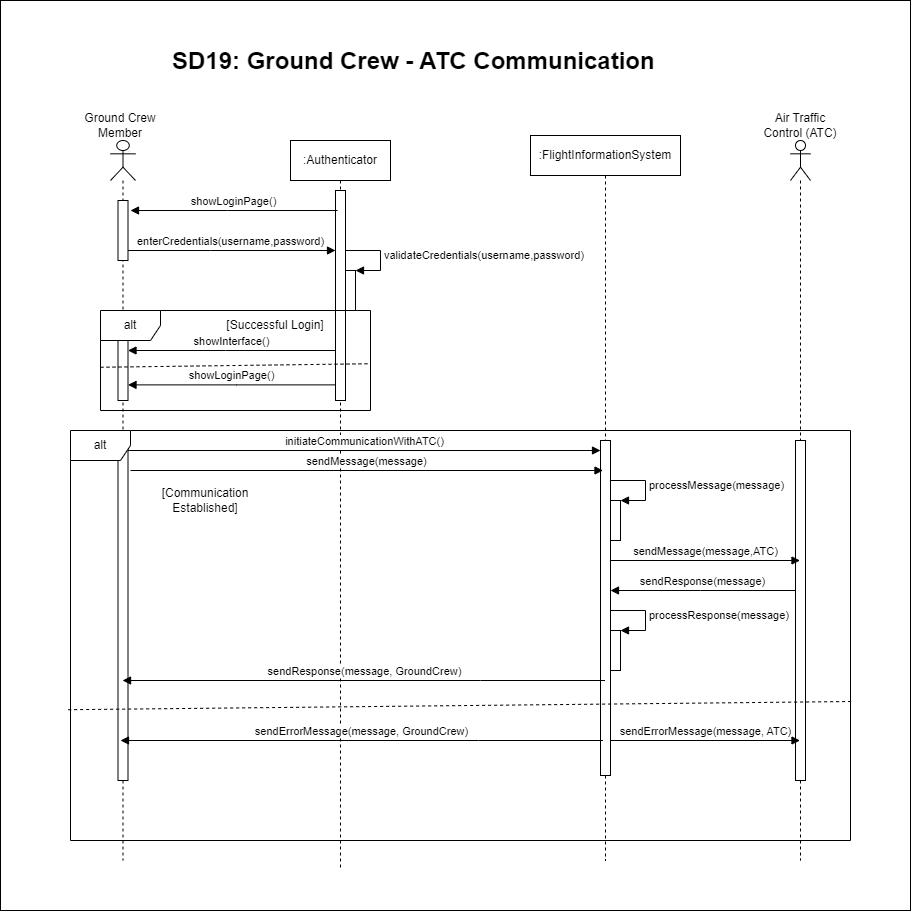
This is Diagramms/Sequence Diagrams/SequenceDiagram19.png from Smr002/Group01_Airport_Management_System, a draw.io export, as it was before one commit. Source tidied: cells renumbered, new cells last; positions are measured from the earlier drawing's top-left corner, leaving out a move shared by most shapes. The source it was exported from:
```xml
<mxGraphModel>
  <root>
    <mxCell id="0" />
    <mxCell id="1" parent="0" />
    <mxCell id="2" style="rounded=0;whiteSpace=wrap;html=1;" parent="1" vertex="1">
      <mxGeometry width="910" height="910" as="geometry" />
    </mxCell>
    <mxCell id="3" value=":Authenticator" style="shape=umlLifeline;perimeter=lifelinePerimeter;whiteSpace=wrap;html=1;newEdgeStyle={&quot;edgeStyle&quot;:&quot;elbowEdgeStyle&quot;,&quot;elbow&quot;:&quot;vertical&quot;,&quot;curved&quot;:0,&quot;rounded&quot;:0};" parent="1" vertex="1">
      <mxGeometry x="290" y="140" width="100" height="730" as="geometry" />
    </mxCell>
    <mxCell id="4" style="html=1;perimeter=orthogonalPerimeter;targetShapes=umlLifeline;newEdgeStyle={&quot;edgeStyle&quot;:&quot;elbowEdgeStyle&quot;,&quot;elbow&quot;:&quot;vertical&quot;,&quot;curved&quot;:0,&quot;rounded&quot;:0};" parent="3" vertex="1">
      <mxGeometry x="45" y="50" width="10" height="210" as="geometry" />
    </mxCell>
    <mxCell id="5" value="&lt;span style=&quot;color: rgba(0, 0, 0, 0); font-family: monospace; font-size: 0px; text-align: start;&quot;&gt;%3CmxGraphModel%3E%3Croot%3E%3CmxCell%20id%3D%220%22%2F%3E%3CmxCell%20id%3D%221%22%20parent%3D%220%22%2F%3E%3CmxCell%20id%3D%222%22%20value%3D%22%22%20style%3D%22html%3D1%3Bpoints%3D%5B%5B0%2C0%2C0%2C0%2C5%5D%2C%5B0%2C1%2C0%2C0%2C-5%5D%2C%5B1%2C0%2C0%2C0%2C5%5D%2C%5B1%2C1%2C0%2C0%2C-5%5D%5D%3Bperimeter%3DorthogonalPerimeter%3BoutlineConnect%3D0%3BtargetShapes%3DumlLifeline%3BportConstraint%3Deastwest%3BnewEdgeStyle%3D%7B%26quot%3Bcurved%26quot%3B%3A0%2C%26quot%3Brounded%26quot%3B%3A0%7D%3B%22%20vertex%3D%221%22%20parent%3D%221%22%3E%3CmxGeometry%20x%3D%22315%22%20y%3D%22150%22%20width%3D%2210%22%20height%3D%2240%22%20as%3D%22geometry%22%2F%3E%3C%2FmxCell%3E%3CmxCell%20id%3D%223%22%20value%3D%22validateCredentials(username%2Cpassword)%22%20style%3D%22html%3D1%3Balign%3Dleft%3BspacingLeft%3D2%3BendArrow%3Dblock%3Brounded%3D0%3BedgeStyle%3DorthogonalEdgeStyle%3Bcurved%3D0%3Brounded%3D0%3B%22%20edge%3D%221%22%20target%3D%222%22%20parent%3D%221%22%3E%3CmxGeometry%20relative%3D%221%22%20as%3D%22geometry%22%3E%3CmxPoint%20x%3D%22315%22%20y%3D%22130%22%20as%3D%22sourcePoint%22%2F%3E%3CArray%20as%3D%22points%22%3E%3CmxPoint%20x%3D%22350%22%20y%3D%22130%22%2F%3E%3CmxPoint%20x%3D%22350%22%20y%3D%22150%22%2F%3E%3C%2FArray%3E%3CmxPoint%20x%3D%22325%22%20y%3D%22140%22%20as%3D%22targetPoint%22%2F%3E%3C%2FmxGeometry%3E%3C%2FmxCell%3E%3C%2Froot%3E%3C%2FmxGraphModel%3E&lt;/span&gt;" style="html=1;points=[[0,0,0,0,5],[0,1,0,0,-5],[1,0,0,0,5],[1,1,0,0,-5]];perimeter=orthogonalPerimeter;outlineConnect=0;targetShapes=umlLifeline;portConstraint=eastwest;newEdgeStyle={&quot;curved&quot;:0,&quot;rounded&quot;:0};" parent="3" vertex="1">
      <mxGeometry x="55" y="130" width="10" height="40" as="geometry" />
    </mxCell>
    <mxCell id="6" value="validateCredentials(username,password)" style="html=1;align=left;spacingLeft=2;endArrow=block;rounded=0;edgeStyle=orthogonalEdgeStyle;curved=0;rounded=0;" parent="3" edge="1" target="5">
      <mxGeometry relative="1" as="geometry">
        <mxPoint x="55" y="110" as="sourcePoint" />
        <Array as="points">
          <mxPoint x="90" y="110" />
          <mxPoint x="90" y="130" />
        </Array>
      </mxGeometry>
    </mxCell>
    <mxCell id="7" value="enterCredentials(username,password)" style="html=1;verticalAlign=bottom;endArrow=block;edgeStyle=elbowEdgeStyle;elbow=horizontal;curved=0;rounded=0;" parent="1" edge="1">
      <mxGeometry relative="1" as="geometry">
        <mxPoint x="125" y="250" as="sourcePoint" />
        <mxPoint x="335" y="250" as="targetPoint" />
        <Array as="points">
          <mxPoint x="210" y="250" />
        </Array>
      </mxGeometry>
    </mxCell>
    <mxCell id="8" value="showInterface()" style="html=1;verticalAlign=bottom;endArrow=block;edgeStyle=elbowEdgeStyle;elbow=vertical;curved=0;rounded=0;" parent="1" edge="1" target="11">
      <mxGeometry relative="1" as="geometry">
        <mxPoint x="335" y="350" as="sourcePoint" />
        <Array as="points">
          <mxPoint x="225" y="350" />
        </Array>
      </mxGeometry>
    </mxCell>
    <mxCell id="9" style="shape=umlLifeline;perimeter=lifelinePerimeter;whiteSpace=wrap;html=1;newEdgeStyle={&quot;curved&quot;:0,&quot;rounded&quot;:0};participant=umlActor;" parent="1" vertex="1">
      <mxGeometry x="110" y="140" width="25" height="720" as="geometry" />
    </mxCell>
    <mxCell id="10" style="html=1;perimeter=orthogonalPerimeter;targetShapes=umlLifeline;newEdgeStyle={&quot;curved&quot;:0,&quot;rounded&quot;:0};" parent="9" vertex="1">
      <mxGeometry x="7.5" y="60" width="10" height="60" as="geometry" />
    </mxCell>
    <mxCell id="11" style="html=1;points=[[0,0,0,0,5],[0,1,0,0,-5],[1,0,0,0,5],[1,1,0,0,-5]];perimeter=orthogonalPerimeter;outlineConnect=0;targetShapes=umlLifeline;portConstraint=eastwest;newEdgeStyle={&quot;curved&quot;:0,&quot;rounded&quot;:0};" parent="9" vertex="1">
      <mxGeometry x="7.5" y="200" width="10" height="60" as="geometry" />
    </mxCell>
    <mxCell id="12" style="html=1;perimeter=orthogonalPerimeter;targetShapes=umlLifeline;newEdgeStyle={&quot;curved&quot;:0,&quot;rounded&quot;:0};" parent="9" vertex="1">
      <mxGeometry x="7.5" y="300" width="10" height="340" as="geometry" />
    </mxCell>
    <mxCell id="13" value="Ground Crew Member" style="text;strokeColor=none;align=center;fillColor=none;html=1;verticalAlign=middle;whiteSpace=wrap;rounded=0;" parent="1" vertex="1">
      <mxGeometry x="80" y="110" width="80" height="30" as="geometry" />
    </mxCell>
    <mxCell id="14" value="&lt;h1 style=&quot;margin-top: 0px;&quot;&gt;SD19: Ground Crew - ATC Communication&lt;/h1&gt;" style="text;html=1;whiteSpace=wrap;overflow=hidden;rounded=0;" parent="1" vertex="1">
      <mxGeometry x="170" y="40" width="510" height="40" as="geometry" />
    </mxCell>
    <mxCell id="15" value=":FlightInformationSystem" style="shape=umlLifeline;perimeter=lifelinePerimeter;whiteSpace=wrap;html=1;newEdgeStyle={&quot;edgeStyle&quot;:&quot;elbowEdgeStyle&quot;,&quot;elbow&quot;:&quot;vertical&quot;,&quot;curved&quot;:0,&quot;rounded&quot;:0};size=40;" parent="1" vertex="1">
      <mxGeometry x="530" y="135" width="150" height="725" as="geometry" />
    </mxCell>
    <mxCell id="16" style="html=1;points=[[0,0,0,0,5],[0,1,0,0,-5],[1,0,0,0,5],[1,1,0,0,-5]];perimeter=orthogonalPerimeter;outlineConnect=0;targetShapes=umlLifeline;portConstraint=eastwest;newEdgeStyle={&quot;curved&quot;:0,&quot;rounded&quot;:0};" parent="15" vertex="1">
      <mxGeometry x="70" y="305" width="10" height="335" as="geometry" />
    </mxCell>
    <mxCell id="17" value="&lt;span style=&quot;color: rgba(0, 0, 0, 0); font-family: monospace; font-size: 0px; text-align: start;&quot;&gt;%3CmxGraphModel%3E%3Croot%3E%3CmxCell%20id%3D%220%22%2F%3E%3CmxCell%20id%3D%221%22%20parent%3D%220%22%2F%3E%3CmxCell%20id%3D%222%22%20value%3D%22%22%20style%3D%22html%3D1%3Bpoints%3D%5B%5B0%2C0%2C0%2C0%2C5%5D%2C%5B0%2C1%2C0%2C0%2C-5%5D%2C%5B1%2C0%2C0%2C0%2C5%5D%2C%5B1%2C1%2C0%2C0%2C-5%5D%5D%3Bperimeter%3DorthogonalPerimeter%3BoutlineConnect%3D0%3BtargetShapes%3DumlLifeline%3BportConstraint%3Deastwest%3BnewEdgeStyle%3D%7B%26quot%3Bcurved%26quot%3B%3A0%2C%26quot%3Brounded%26quot%3B%3A0%7D%3B%22%20vertex%3D%221%22%20parent%3D%221%22%3E%3CmxGeometry%20x%3D%22315%22%20y%3D%22150%22%20width%3D%2210%22%20height%3D%2240%22%20as%3D%22geometry%22%2F%3E%3C%2FmxCell%3E%3CmxCell%20id%3D%223%22%20value%3D%22validateCredentials(username%2Cpassword)%22%20style%3D%22html%3D1%3Balign%3Dleft%3BspacingLeft%3D2%3BendArrow%3Dblock%3Brounded%3D0%3BedgeStyle%3DorthogonalEdgeStyle%3Bcurved%3D0%3Brounded%3D0%3B%22%20edge%3D%221%22%20target%3D%222%22%20parent%3D%221%22%3E%3CmxGeometry%20relative%3D%221%22%20as%3D%22geometry%22%3E%3CmxPoint%20x%3D%22315%22%20y%3D%22130%22%20as%3D%22sourcePoint%22%2F%3E%3CArray%20as%3D%22points%22%3E%3CmxPoint%20x%3D%22350%22%20y%3D%22130%22%2F%3E%3CmxPoint%20x%3D%22350%22%20y%3D%22150%22%2F%3E%3C%2FArray%3E%3CmxPoint%20x%3D%22325%22%20y%3D%22140%22%20as%3D%22targetPoint%22%2F%3E%3C%2FmxGeometry%3E%3C%2FmxCell%3E%3C%2Froot%3E%3C%2FmxGraphModel%3E&lt;/span&gt;" style="html=1;points=[[0,0,0,0,5],[0,1,0,0,-5],[1,0,0,0,5],[1,1,0,0,-5]];perimeter=orthogonalPerimeter;outlineConnect=0;targetShapes=umlLifeline;portConstraint=eastwest;newEdgeStyle={&quot;curved&quot;:0,&quot;rounded&quot;:0};" parent="15" vertex="1">
      <mxGeometry x="80" y="495" width="10" height="40" as="geometry" />
    </mxCell>
    <mxCell id="18" value="processResponse(message)" style="html=1;align=left;spacingLeft=2;endArrow=block;rounded=0;edgeStyle=orthogonalEdgeStyle;curved=0;rounded=0;" parent="15" edge="1" target="17">
      <mxGeometry relative="1" as="geometry">
        <mxPoint x="80" y="475" as="sourcePoint" />
        <Array as="points">
          <mxPoint x="115" y="475" />
          <mxPoint x="115" y="495" />
        </Array>
      </mxGeometry>
    </mxCell>
    <mxCell id="19" value="alt" style="shape=umlFrame;whiteSpace=wrap;html=1;" parent="1" vertex="1">
      <mxGeometry x="100" y="310" width="270" height="100" as="geometry" />
    </mxCell>
    <mxCell id="20" value="showLoginPage()" style="html=1;verticalAlign=bottom;endArrow=block;edgeStyle=elbowEdgeStyle;elbow=horizontal;curved=0;rounded=0;" parent="1" edge="1">
      <mxGeometry relative="1" as="geometry">
        <mxPoint x="335" y="384.4" as="sourcePoint" />
        <mxPoint x="127.5" y="384.4" as="targetPoint" />
        <Array as="points">
          <mxPoint x="236" y="384.4" />
        </Array>
      </mxGeometry>
    </mxCell>
    <mxCell id="21" style="endArrow=none;dashed=1;html=1;rounded=0;exitX=0;exitY=0.577;exitDx=0;exitDy=0;exitPerimeter=0;entryX=1;entryY=0.545;entryDx=0;entryDy=0;entryPerimeter=0;" parent="1" edge="1">
      <mxGeometry relative="1" as="geometry">
        <mxPoint x="100" y="366.8" as="sourcePoint" />
        <mxPoint x="370" y="363.2" as="targetPoint" />
      </mxGeometry>
    </mxCell>
    <mxCell id="22" value="showLoginPage()" style="html=1;verticalAlign=bottom;endArrow=block;edgeStyle=elbowEdgeStyle;elbow=horizontal;curved=0;rounded=0;" parent="1" edge="1">
      <mxGeometry relative="1" as="geometry">
        <mxPoint x="337" y="210" as="sourcePoint" />
        <mxPoint x="130" y="210" as="targetPoint" />
        <Array as="points">
          <mxPoint x="227" y="210" />
        </Array>
      </mxGeometry>
    </mxCell>
    <mxCell id="23" value="[Successful Login]" style="text;html=1;align=center;verticalAlign=middle;whiteSpace=wrap;rounded=0;" parent="1" vertex="1">
      <mxGeometry x="220" y="310" width="110" height="30" as="geometry" />
    </mxCell>
    <mxCell id="24" style="shape=umlLifeline;perimeter=lifelinePerimeter;whiteSpace=wrap;html=1;newEdgeStyle={&quot;curved&quot;:0,&quot;rounded&quot;:0};participant=umlActor;" parent="1" vertex="1">
      <mxGeometry x="790" y="140" width="20" height="720" as="geometry" />
    </mxCell>
    <mxCell id="25" style="html=1;perimeter=orthogonalPerimeter;targetShapes=umlLifeline;newEdgeStyle={&quot;curved&quot;:0,&quot;rounded&quot;:0};" parent="24" vertex="1">
      <mxGeometry x="5" y="300" width="10" height="340" as="geometry" />
    </mxCell>
    <mxCell id="26" value="Air Traffic Control (ATC)" style="text;strokeColor=none;align=center;fillColor=none;html=1;verticalAlign=middle;whiteSpace=wrap;rounded=0;" parent="1" vertex="1">
      <mxGeometry x="760" y="110" width="80" height="30" as="geometry" />
    </mxCell>
    <mxCell id="27" value="initiateCommunicationWithATC()" style="html=1;verticalAlign=bottom;endArrow=block;curved=0;rounded=0;" parent="1" edge="1" target="16">
      <mxGeometry relative="1" as="geometry">
        <mxPoint x="127.5" y="450" as="sourcePoint" />
      </mxGeometry>
    </mxCell>
    <mxCell id="28" value="sendMessage(message)" style="html=1;verticalAlign=bottom;endArrow=block;curved=0;rounded=0;" parent="1" edge="1">
      <mxGeometry relative="1" as="geometry">
        <mxPoint x="130" y="470" as="sourcePoint" />
        <mxPoint x="602.5" y="470" as="targetPoint" />
      </mxGeometry>
    </mxCell>
    <mxCell id="29" value="sendMessage(message,ATC)" style="html=1;verticalAlign=bottom;endArrow=block;curved=0;rounded=0;" parent="1" edge="1">
      <mxGeometry relative="1" as="geometry">
        <mxPoint x="610" y="560" as="sourcePoint" />
        <mxPoint x="799.5" y="560" as="targetPoint" />
      </mxGeometry>
    </mxCell>
    <mxCell id="30" value="sendResponse(message)" style="html=1;verticalAlign=bottom;endArrow=block;edgeStyle=elbowEdgeStyle;elbow=vertical;curved=0;rounded=0;" parent="1" edge="1">
      <mxGeometry relative="1" as="geometry">
        <mxPoint x="795" y="590" as="sourcePoint" />
        <mxPoint x="610" y="590" as="targetPoint" />
        <Array as="points">
          <mxPoint x="700" y="590" />
        </Array>
      </mxGeometry>
    </mxCell>
    <mxCell id="31" value="sendResponse(message, GroundCrew)" style="html=1;verticalAlign=bottom;endArrow=block;edgeStyle=elbowEdgeStyle;elbow=vertical;curved=0;rounded=0;" parent="1" edge="1">
      <mxGeometry relative="1" as="geometry">
        <mxPoint x="604.5" y="680" as="sourcePoint" />
        <mxPoint x="122" y="680" as="targetPoint" />
        <Array as="points">
          <mxPoint x="480" y="680" />
        </Array>
      </mxGeometry>
    </mxCell>
    <mxCell id="32" value="&lt;span style=&quot;color: rgba(0, 0, 0, 0); font-family: monospace; font-size: 0px; text-align: start;&quot;&gt;%3CmxGraphModel%3E%3Croot%3E%3CmxCell%20id%3D%220%22%2F%3E%3CmxCell%20id%3D%221%22%20parent%3D%220%22%2F%3E%3CmxCell%20id%3D%222%22%20value%3D%22%22%20style%3D%22html%3D1%3Bpoints%3D%5B%5B0%2C0%2C0%2C0%2C5%5D%2C%5B0%2C1%2C0%2C0%2C-5%5D%2C%5B1%2C0%2C0%2C0%2C5%5D%2C%5B1%2C1%2C0%2C0%2C-5%5D%5D%3Bperimeter%3DorthogonalPerimeter%3BoutlineConnect%3D0%3BtargetShapes%3DumlLifeline%3BportConstraint%3Deastwest%3BnewEdgeStyle%3D%7B%26quot%3Bcurved%26quot%3B%3A0%2C%26quot%3Brounded%26quot%3B%3A0%7D%3B%22%20vertex%3D%221%22%20parent%3D%221%22%3E%3CmxGeometry%20x%3D%22315%22%20y%3D%22150%22%20width%3D%2210%22%20height%3D%2240%22%20as%3D%22geometry%22%2F%3E%3C%2FmxCell%3E%3CmxCell%20id%3D%223%22%20value%3D%22validateCredentials(username%2Cpassword)%22%20style%3D%22html%3D1%3Balign%3Dleft%3BspacingLeft%3D2%3BendArrow%3Dblock%3Brounded%3D0%3BedgeStyle%3DorthogonalEdgeStyle%3Bcurved%3D0%3Brounded%3D0%3B%22%20edge%3D%221%22%20target%3D%222%22%20parent%3D%221%22%3E%3CmxGeometry%20relative%3D%221%22%20as%3D%22geometry%22%3E%3CmxPoint%20x%3D%22315%22%20y%3D%22130%22%20as%3D%22sourcePoint%22%2F%3E%3CArray%20as%3D%22points%22%3E%3CmxPoint%20x%3D%22350%22%20y%3D%22130%22%2F%3E%3CmxPoint%20x%3D%22350%22%20y%3D%22150%22%2F%3E%3C%2FArray%3E%3CmxPoint%20x%3D%22325%22%20y%3D%22140%22%20as%3D%22targetPoint%22%2F%3E%3C%2FmxGeometry%3E%3C%2FmxCell%3E%3C%2Froot%3E%3C%2FmxGraphModel%3E&lt;/span&gt;" style="html=1;points=[[0,0,0,0,5],[0,1,0,0,-5],[1,0,0,0,5],[1,1,0,0,-5]];perimeter=orthogonalPerimeter;outlineConnect=0;targetShapes=umlLifeline;portConstraint=eastwest;newEdgeStyle={&quot;curved&quot;:0,&quot;rounded&quot;:0};" parent="1" vertex="1">
      <mxGeometry x="610" y="500" width="10" height="40" as="geometry" />
    </mxCell>
    <mxCell id="33" value="processMessage(message)" style="html=1;align=left;spacingLeft=2;endArrow=block;rounded=0;edgeStyle=orthogonalEdgeStyle;curved=0;rounded=0;" parent="1" edge="1" target="32">
      <mxGeometry relative="1" as="geometry">
        <mxPoint x="610" y="480" as="sourcePoint" />
        <Array as="points">
          <mxPoint x="645" y="480" />
          <mxPoint x="645" y="500" />
        </Array>
      </mxGeometry>
    </mxCell>
    <mxCell id="34" value="alt" style="shape=umlFrame;whiteSpace=wrap;html=1;" parent="1" vertex="1">
      <mxGeometry x="70" y="430" width="780" height="410" as="geometry" />
    </mxCell>
    <mxCell id="35" value="[Communication Established]" style="text;strokeColor=none;align=center;fillColor=none;html=1;verticalAlign=middle;whiteSpace=wrap;rounded=0;" parent="1" vertex="1">
      <mxGeometry x="140" y="485" width="130" height="30" as="geometry" />
    </mxCell>
    <mxCell id="36" value="sendErrorMessage(message, GroundCrew)" style="html=1;verticalAlign=bottom;endArrow=block;edgeStyle=elbowEdgeStyle;elbow=vertical;curved=0;rounded=0;" parent="1" edge="1">
      <mxGeometry relative="1" as="geometry">
        <mxPoint x="602.5" y="740" as="sourcePoint" />
        <mxPoint x="120" y="740" as="targetPoint" />
        <Array as="points">
          <mxPoint x="477.9" y="740" />
        </Array>
      </mxGeometry>
    </mxCell>
    <mxCell id="37" value="sendErrorMessage(message, ATC)" style="html=1;verticalAlign=bottom;endArrow=block;curved=0;rounded=0;" parent="1" edge="1">
      <mxGeometry relative="1" as="geometry">
        <mxPoint x="610" y="740" as="sourcePoint" />
        <mxPoint x="799.5" y="740" as="targetPoint" />
      </mxGeometry>
    </mxCell>
    <mxCell id="38" style="endArrow=none;dashed=1;html=1;rounded=0;exitX=-0.003;exitY=0.681;exitDx=0;exitDy=0;exitPerimeter=0;entryX=1.001;entryY=0.661;entryDx=0;entryDy=0;entryPerimeter=0;" parent="1" edge="1" source="34" target="34">
      <mxGeometry relative="1" as="geometry" />
    </mxCell>
  </root>
</mxGraphModel>
```
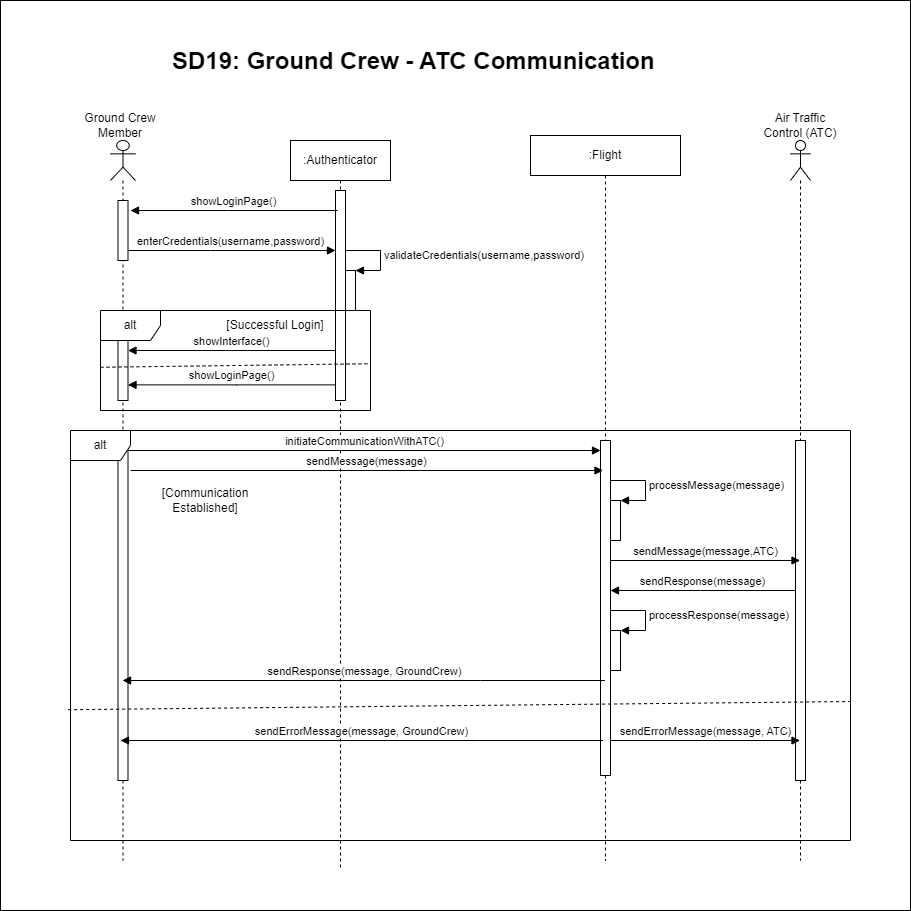
Above is the later version.

Change to the diagram source:
```diff
@@ -58,7 +58,7 @@
     <mxCell id="14" value="&lt;h1 style=&quot;margin-top: 0px;&quot;&gt;SD19: Ground Crew - ATC Communication&lt;/h1&gt;" style="text;html=1;whiteSpace=wrap;overflow=hidden;rounded=0;" parent="1" vertex="1">
       <mxGeometry x="170" y="40" width="510" height="40" as="geometry" />
     </mxCell>
-    <mxCell id="15" value=":FlightInformationSystem" style="shape=umlLifeline;perimeter=lifelinePerimeter;whiteSpace=wrap;html=1;newEdgeStyle={&quot;edgeStyle&quot;:&quot;elbowEdgeStyle&quot;,&quot;elbow&quot;:&quot;vertical&quot;,&quot;curved&quot;:0,&quot;rounded&quot;:0};size=40;" parent="1" vertex="1">
+    <mxCell id="15" value=":Flight" style="shape=umlLifeline;perimeter=lifelinePerimeter;whiteSpace=wrap;html=1;newEdgeStyle={&quot;edgeStyle&quot;:&quot;elbowEdgeStyle&quot;,&quot;elbow&quot;:&quot;vertical&quot;,&quot;curved&quot;:0,&quot;rounded&quot;:0};size=40;" parent="1" vertex="1">
       <mxGeometry x="530" y="135" width="150" height="725" as="geometry" />
     </mxCell>
     <mxCell id="16" style="html=1;points=[[0,0,0,0,5],[0,1,0,0,-5],[1,0,0,0,5],[1,1,0,0,-5]];perimeter=orthogonalPerimeter;outlineConnect=0;targetShapes=umlLifeline;portConstraint=eastwest;newEdgeStyle={&quot;curved&quot;:0,&quot;rounded&quot;:0};" parent="15" vertex="1">
```
